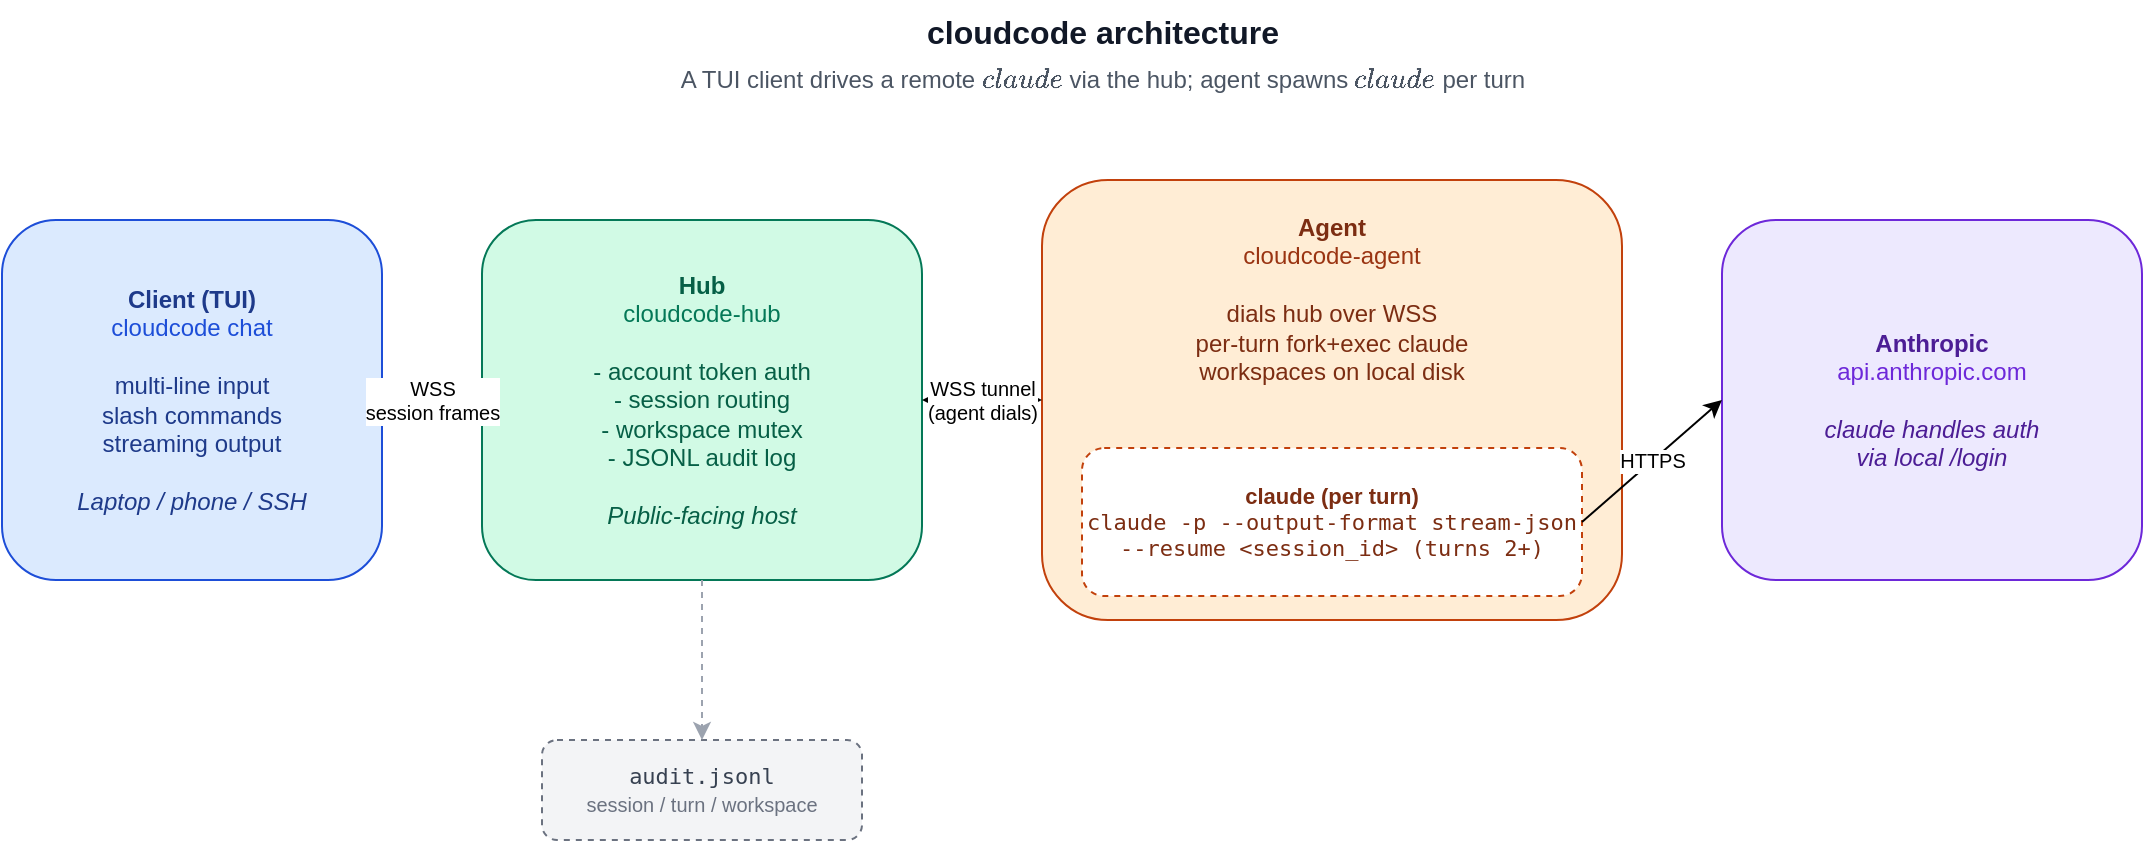
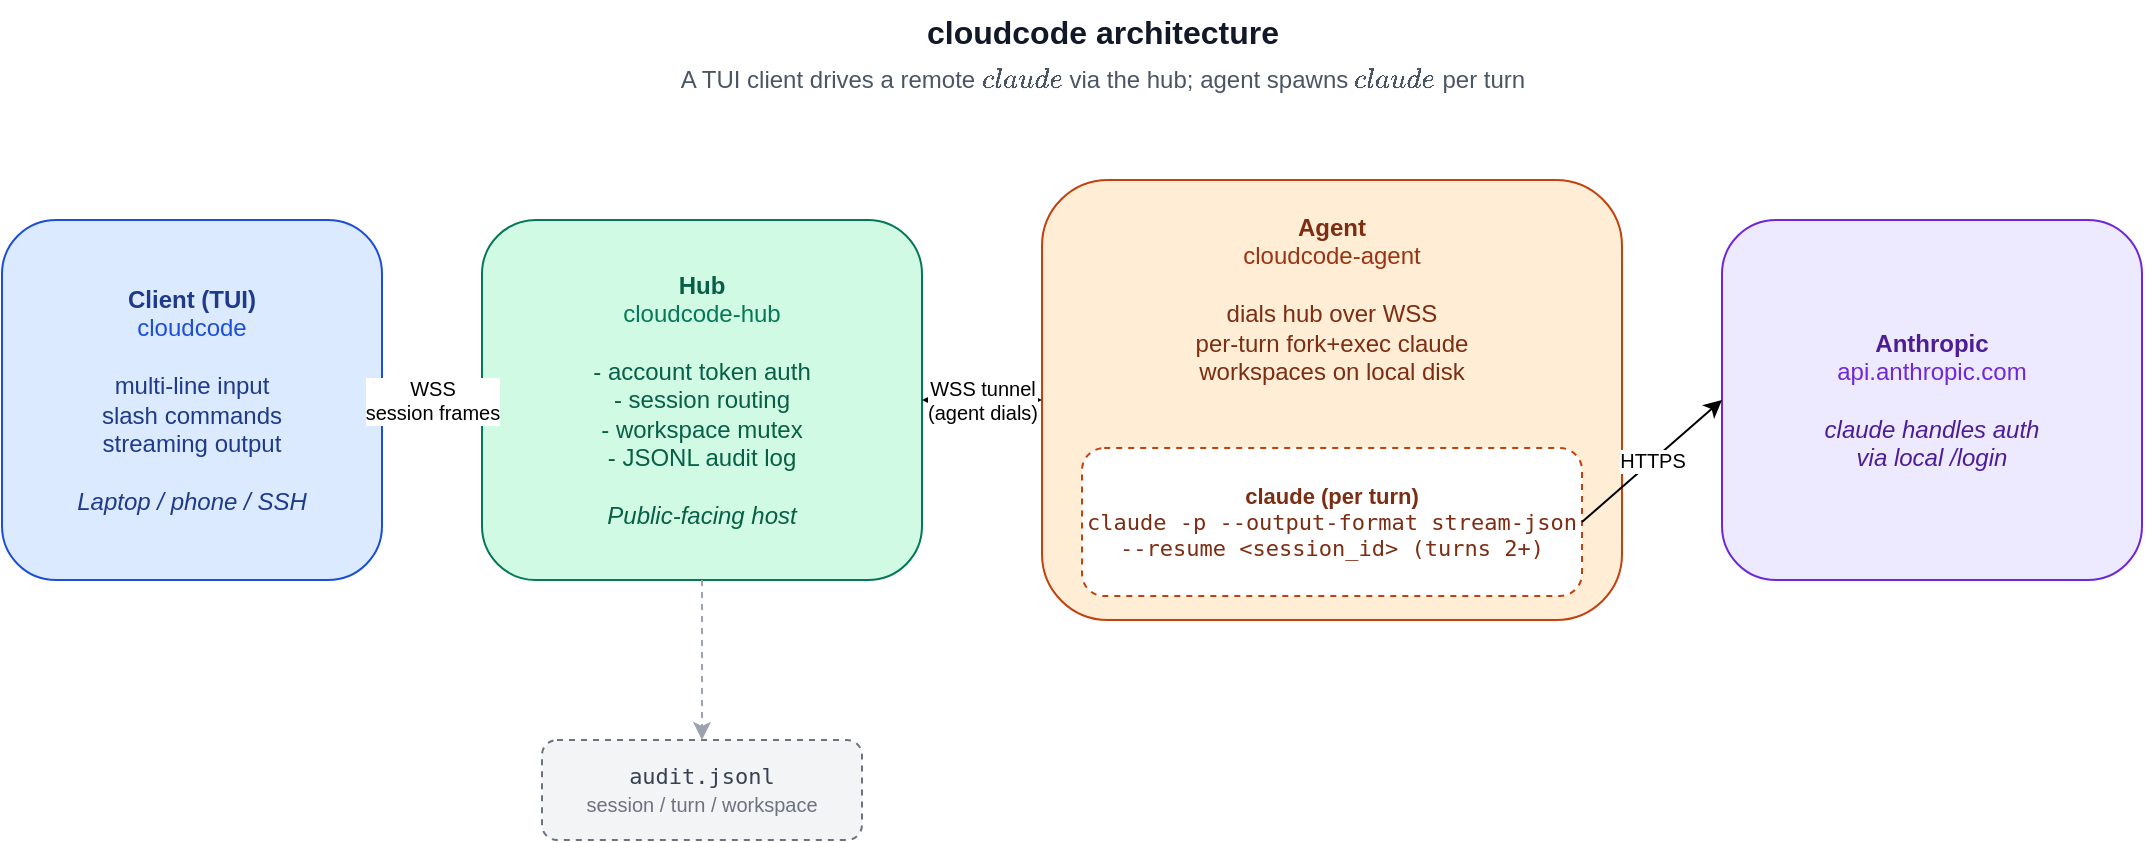
<?xml version="1.0" encoding="UTF-8"?>
<mxfile host="app.diagrams.net" agent="cloudcode" version="24.0.0">
  <diagram name="cloudcode" id="arch1">
    <mxGraphModel dx="1200" dy="700" grid="1" gridSize="10" guides="1" tooltips="1" connect="1" arrows="1" fold="1" page="1" pageScale="1" pageWidth="1180" pageHeight="520" math="0" shadow="0">
      <root>
        <mxCell id="0"/>
        <mxCell id="1" parent="0"/>

        <mxCell id="title" value="cloudcode architecture" style="text;html=1;align=center;fontSize=16;fontStyle=1;fontColor=#111827;" vertex="1" parent="1">
          <mxGeometry x="240" y="10" width="700" height="26" as="geometry"/>
        </mxCell>
        <mxCell id="subtitle" value="A TUI client drives a remote `claude` via the hub; agent spawns `claude` per turn" style="text;html=1;align=center;fontSize=12;fontColor=#4b5563;" vertex="1" parent="1">
          <mxGeometry x="180" y="36" width="820" height="20" as="geometry"/>
        </mxCell>

-         <mxCell id="client" value="&lt;b&gt;Client (TUI)&lt;/b&gt;&#xa;&lt;font color=&quot;#1d4ed8&quot;&gt;cloudcode chat&lt;/font&gt;&#xa;&#xa;multi-line input&#xa;slash commands&#xa;streaming output&#xa;&#xa;&lt;i&gt;Laptop / phone / SSH&lt;/i&gt;" style="rounded=1;whiteSpace=wrap;html=1;fillColor=#dbeafe;strokeColor=#1d4ed8;align=center;verticalAlign=middle;fontColor=#1e3a8a;fontSize=12;" vertex="1" parent="1">
+         <mxCell id="client" value="&lt;b&gt;Client (TUI)&lt;/b&gt;&#xa;&lt;font color=&quot;#1d4ed8&quot;&gt;cloudcode&lt;/font&gt;&#xa;&#xa;multi-line input&#xa;slash commands&#xa;streaming output&#xa;&#xa;&lt;i&gt;Laptop / phone / SSH&lt;/i&gt;" style="rounded=1;whiteSpace=wrap;html=1;fillColor=#dbeafe;strokeColor=#1d4ed8;align=center;verticalAlign=middle;fontColor=#1e3a8a;fontSize=12;" vertex="1" parent="1">
          <mxGeometry x="40" y="120" width="190" height="180" as="geometry"/>
        </mxCell>

        <mxCell id="hub" value="&lt;b&gt;Hub&lt;/b&gt;&#xa;&lt;font color=&quot;#047857&quot;&gt;cloudcode-hub&lt;/font&gt;&#xa;&#xa;- account token auth&#xa;- session routing&#xa;- workspace mutex&#xa;- JSONL audit log&#xa;&#xa;&lt;i&gt;Public-facing host&lt;/i&gt;" style="rounded=1;whiteSpace=wrap;html=1;fillColor=#d1fae5;strokeColor=#047857;align=center;verticalAlign=middle;fontColor=#065f46;fontSize=12;" vertex="1" parent="1">
          <mxGeometry x="280" y="120" width="220" height="180" as="geometry"/>
        </mxCell>

        <mxCell id="agent" value="&lt;b&gt;Agent&lt;/b&gt;&#xa;&lt;font color=&quot;#9a3412&quot;&gt;cloudcode-agent&lt;/font&gt;&#xa;&#xa;dials hub over WSS&#xa;per-turn fork+exec claude&#xa;workspaces on local disk" style="rounded=1;whiteSpace=wrap;html=1;fillColor=#ffedd5;strokeColor=#c2410c;align=center;verticalAlign=top;fontColor=#7c2d12;fontSize=12;spacingTop=10;" vertex="1" parent="1">
          <mxGeometry x="560" y="100" width="290" height="220" as="geometry"/>
        </mxCell>
        <mxCell id="subproc" value="&lt;b&gt;claude (per turn)&lt;/b&gt;&#xa;&lt;tt&gt;claude -p --output-format stream-json&lt;/tt&gt;&#xa;&lt;tt&gt;--resume &amp;lt;session_id&amp;gt; (turns 2+)&lt;/tt&gt;" style="rounded=1;whiteSpace=wrap;html=1;fillColor=#fff;strokeColor=#c2410c;dashed=1;align=center;verticalAlign=middle;fontColor=#7c2d12;fontSize=11;" vertex="1" parent="1">
          <mxGeometry x="580" y="234" width="250" height="74" as="geometry"/>
        </mxCell>

        <mxCell id="anthropic" value="&lt;b&gt;Anthropic&lt;/b&gt;&#xa;&lt;font color=&quot;#6d28d9&quot;&gt;api.anthropic.com&lt;/font&gt;&#xa;&#xa;&lt;i&gt;claude handles auth&lt;/i&gt;&#xa;&lt;i&gt;via local /login&lt;/i&gt;" style="rounded=1;whiteSpace=wrap;html=1;fillColor=#ede9fe;strokeColor=#6d28d9;align=center;verticalAlign=middle;fontColor=#4c1d95;fontSize=12;" vertex="1" parent="1">
          <mxGeometry x="900" y="120" width="210" height="180" as="geometry"/>
        </mxCell>

        <mxCell id="audit" value="&lt;tt&gt;audit.jsonl&lt;/tt&gt;&#xa;&lt;font color=&quot;#6b7280&quot; size=&quot;1&quot;&gt;session / turn / workspace&lt;/font&gt;" style="rounded=1;whiteSpace=wrap;html=1;fillColor=#f3f4f6;strokeColor=#6b7280;dashed=1;align=center;verticalAlign=middle;fontColor=#374151;fontSize=11;" vertex="1" parent="1">
          <mxGeometry x="310" y="380" width="160" height="50" as="geometry"/>
        </mxCell>

        <mxCell id="e1" value="WSS&#xa;session frames" style="startArrow=classic;endArrow=classic;html=1;exitX=1;exitY=0.5;entryX=0;entryY=0.5;fontSize=10;strokeWidth=2;" edge="1" parent="1" source="client" target="hub">
          <mxGeometry relative="1" as="geometry"/>
        </mxCell>
        <mxCell id="e2" value="WSS tunnel&#xa;(agent dials)" style="startArrow=classic;endArrow=classic;html=1;exitX=1;exitY=0.5;entryX=0;entryY=0.5;fontSize=10;strokeWidth=2;" edge="1" parent="1" source="hub" target="agent">
          <mxGeometry relative="1" as="geometry"/>
        </mxCell>
        <mxCell id="e3" value="HTTPS" style="endArrow=classic;html=1;exitX=1;exitY=0.5;entryX=0;entryY=0.5;fontSize=10;" edge="1" parent="1" source="subproc" target="anthropic">
          <mxGeometry relative="1" as="geometry"/>
        </mxCell>
        <mxCell id="e4" value="" style="endArrow=classic;html=1;exitX=0.5;exitY=1;entryX=0.5;entryY=0;dashed=1;strokeColor=#9ca3af;" edge="1" parent="1" source="hub" target="audit">
          <mxGeometry relative="1" as="geometry"/>
        </mxCell>
      </root>
    </mxGraphModel>
  </diagram>
</mxfile>
